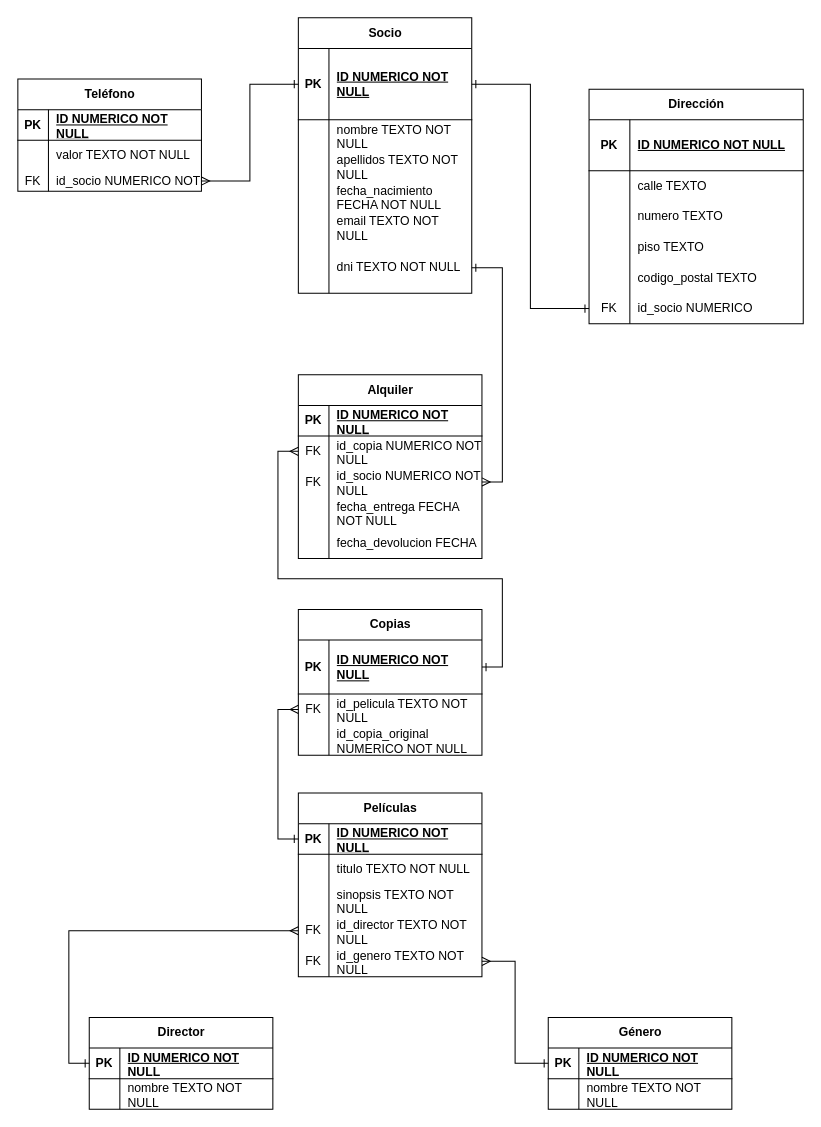
Before: videoclub_claudia.drawio in cocasovich97/modelado_datos, a draw.io diagram. Source tidied: cells renumbered, new cells numbered last; positions are measured from the earlier drawing's top-left corner, leaving out a move shared by most shapes. Both pictures are drawn from the tidied source at 102%, with x=0, y=0 at pixel (17, 17).
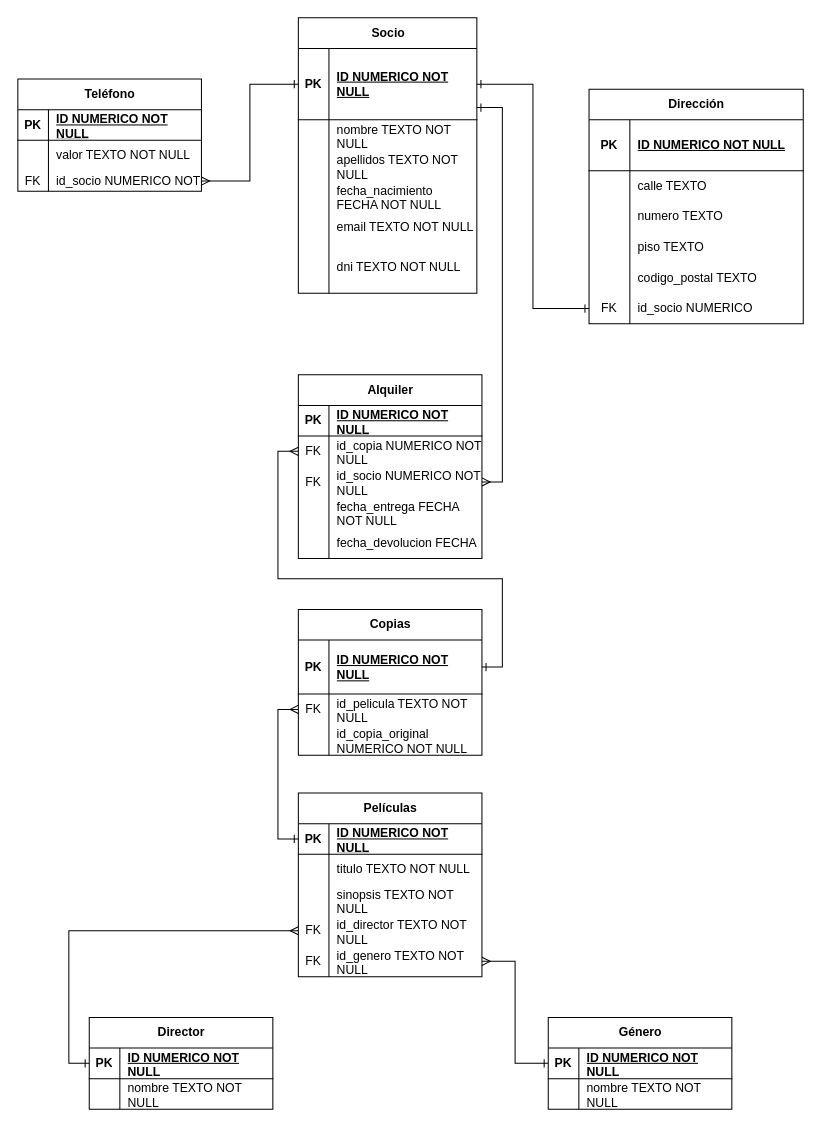
Above is the later version.

The change refers to these unchanged cells:
```xml
<mxCell id="79" style="shape=tableRow;horizontal=0;startSize=0;swimlaneHead=0;swimlaneBody=0;fillColor=none;points=[[0,0.5],[1,0.5]];portConstraint=eastwest;top=0;left=0;right=0;bottom=0;" parent="72" vertex="1">
  <mxGeometry y="90" width="180" height="30" as="geometry" />
</mxCell>
```

The edit, as a diff of the source:
```diff
@@
-    <mxCell id="90" style="edgeStyle=orthogonalEdgeStyle;rounded=0;jettySize=auto;html=1;exitX=1;exitY=0.5;exitDx=0;exitDy=0;entryX=1;entryY=0.5;entryDx=0;entryDy=0;endArrow=ERmany;endFill=0;startArrow=ERone;startFill=0;" parent="1" edge="1" source="109" target="79">
-      <mxGeometry relative="1" as="geometry" />
+    <mxCell id="90" style="edgeStyle=orthogonalEdgeStyle;rounded=0;jettySize=auto;html=1;entryX=1;entryY=0.5;entryDx=0;entryDy=0;endArrow=ERmany;endFill=0;startArrow=ERone;startFill=0;" parent="1" edge="1" target="79">
+      <mxGeometry relative="1" as="geometry">
+        <mxPoint x="450" y="88" as="sourcePoint" />
+        <Array as="points">
+          <mxPoint x="475" y="88" />
+          <mxPoint x="475" y="455" />
+        </Array>
+      </mxGeometry>
     </mxCell>
@@
     <mxCell id="92" value="Socio" style="shape=table;startSize=30;childLayout=tableLayout;rowLines=0;fontStyle=1;align=center;html=1;" parent="1" vertex="1">
-      <mxGeometry x="275" width="170" height="270" as="geometry" />
+      <mxGeometry x="275" width="175" height="270" as="geometry" />
     </mxCell>
     <mxCell id="93" style="shape=tableRow;horizontal=0;startSize=0;swimlaneHead=0;swimlaneBody=0;fillColor=none;points=[[0,0.5],[1,0.5]];portConstraint=eastwest;top=0;left=0;right=0;bottom=1;" parent="92" vertex="1">
-      <mxGeometry y="30" width="170" height="70" as="geometry" />
+      <mxGeometry y="30" width="175" height="70" as="geometry" />
     </mxCell>
@@
     <mxCell id="95" value="ID NUMERICO NOT NULL" style="shape=partialRectangle;fillColor=none;top=0;left=0;bottom=0;right=0;align=left;spacingLeft=6;fontStyle=5;overflow=hidden;whiteSpace=wrap;html=1;" parent="93" vertex="1">
-      <mxGeometry x="30" width="140" height="70" as="geometry" />
+      <mxGeometry x="30" width="145" height="70" as="geometry" />
     </mxCell>
     <mxCell id="96" style="shape=tableRow;horizontal=0;startSize=0;swimlaneHead=0;swimlaneBody=0;fillColor=none;top=0;left=0;right=0;bottom=0;" parent="92" vertex="1">
-      <mxGeometry y="100" width="170" height="30" as="geometry" />
+      <mxGeometry y="100" width="175" height="30" as="geometry" />
     </mxCell>
@@
     <mxCell id="98" value="nombre TEXTO NOT NULL" style="shape=partialRectangle;fillColor=none;top=0;left=0;bottom=0;right=0;align=left;spacingLeft=6;overflow=hidden;whiteSpace=wrap;html=1;" parent="96" vertex="1">
-      <mxGeometry x="30" width="140" height="30" as="geometry" />
+      <mxGeometry x="30" width="145" height="30" as="geometry" />
     </mxCell>
     <mxCell id="99" style="shape=tableRow;horizontal=0;startSize=0;swimlaneHead=0;swimlaneBody=0;fillColor=none;top=0;left=0;right=0;bottom=0;" parent="92" vertex="1">
-      <mxGeometry y="130" width="170" height="30" as="geometry" />
+      <mxGeometry y="130" width="175" height="30" as="geometry" />
     </mxCell>
@@
     <mxCell id="101" value="apellidos TEXTO NOT NULL" style="shape=partialRectangle;fillColor=none;top=0;left=0;bottom=0;right=0;align=left;spacingLeft=6;overflow=hidden;whiteSpace=wrap;html=1;" parent="99" vertex="1">
-      <mxGeometry x="30" width="140" height="30" as="geometry" />
+      <mxGeometry x="30" width="145" height="30" as="geometry" />
     </mxCell>
     <mxCell id="102" style="shape=tableRow;horizontal=0;startSize=0;swimlaneHead=0;swimlaneBody=0;fillColor=none;top=0;left=0;right=0;bottom=0;" parent="92" vertex="1">
-      <mxGeometry y="160" width="170" height="30" as="geometry" />
+      <mxGeometry y="160" width="175" height="30" as="geometry" />
     </mxCell>
@@
     <mxCell id="104" value="fecha_nacimiento FECHA NOT NULL" style="shape=partialRectangle;fillColor=none;top=0;left=0;bottom=0;right=0;align=left;spacingLeft=6;overflow=hidden;whiteSpace=wrap;html=1;" parent="102" vertex="1">
-      <mxGeometry x="30" width="140" height="30" as="geometry" />
+      <mxGeometry x="30" width="145" height="30" as="geometry" />
     </mxCell>
     <mxCell id="105" style="shape=tableRow;horizontal=0;startSize=0;swimlaneHead=0;swimlaneBody=0;fillColor=none;top=0;left=0;right=0;bottom=0;" parent="92" vertex="1">
-      <mxGeometry y="190" width="170" height="30" as="geometry" />
+      <mxGeometry y="190" width="175" height="30" as="geometry" />
     </mxCell>
@@
     <mxCell id="107" value="email TEXTO NOT NULL" style="shape=partialRectangle;fillColor=none;top=0;left=0;bottom=0;right=0;align=left;spacingLeft=6;overflow=hidden;whiteSpace=wrap;html=1;" parent="105" vertex="1">
-      <mxGeometry x="30" width="140" height="30" as="geometry" />
+      <mxGeometry x="30" width="145" height="30" as="geometry" />
     </mxCell>
@@
     <mxCell id="109" style="shape=tableRow;horizontal=0;startSize=0;swimlaneHead=0;swimlaneBody=0;fillColor=none;points=[[0,0.5],[1,0.5]];portConstraint=eastwest;top=0;left=0;right=0;bottom=0;" parent="92" vertex="1">
-      <mxGeometry y="220" width="170" height="50" as="geometry" />
+      <mxGeometry y="220" width="175" height="50" as="geometry" />
     </mxCell>
@@
     <mxCell id="111" value="dni TEXTO NOT NULL" style="shape=partialRectangle;fillColor=none;top=0;left=0;bottom=0;right=0;align=left;spacingLeft=6;overflow=hidden;whiteSpace=wrap;html=1;" parent="109" vertex="1">
-      <mxGeometry x="30" width="140" height="50" as="geometry" />
+      <mxGeometry x="30" width="145" height="50" as="geometry" />
     </mxCell>
```
